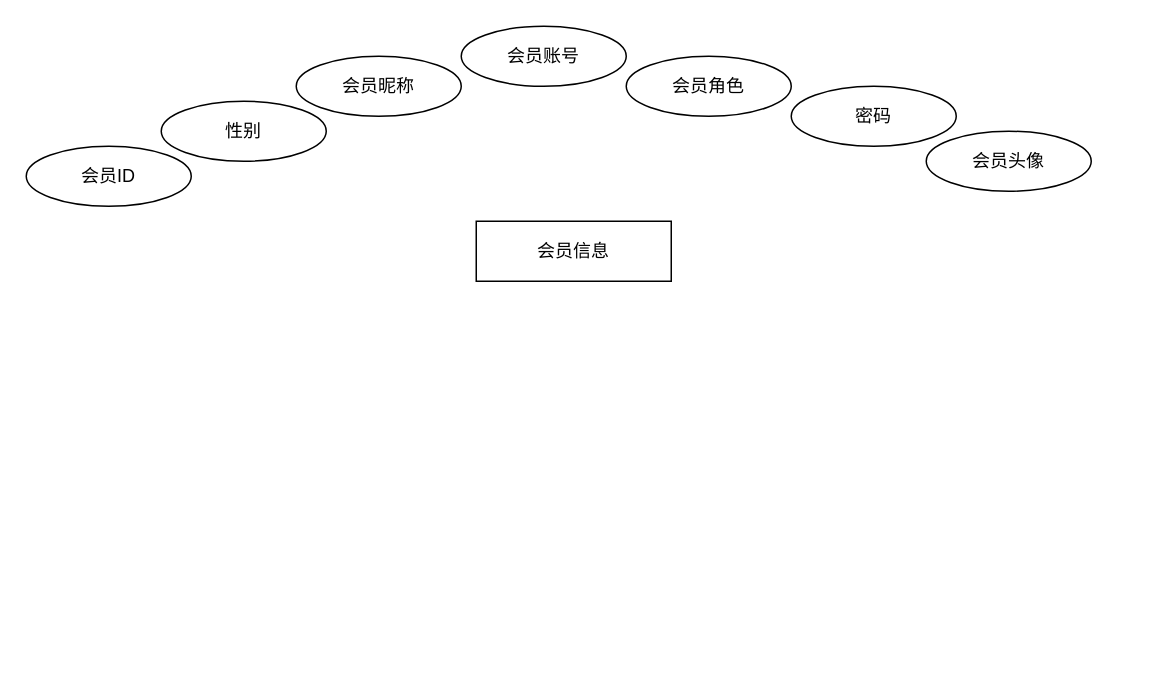
Above: page "第 1 页" (1 of 2) of 毕业论文.drawio in xljya/image (draw.io), before the change. Source tidied: cells renumbered, new cells numbered last; positions are measured from the earlier drawing's top-left corner, leaving out a move shared by most shapes. Both pictures are drawn from the tidied source at 150%, with x=0, y=0 at pixel (26, 26).
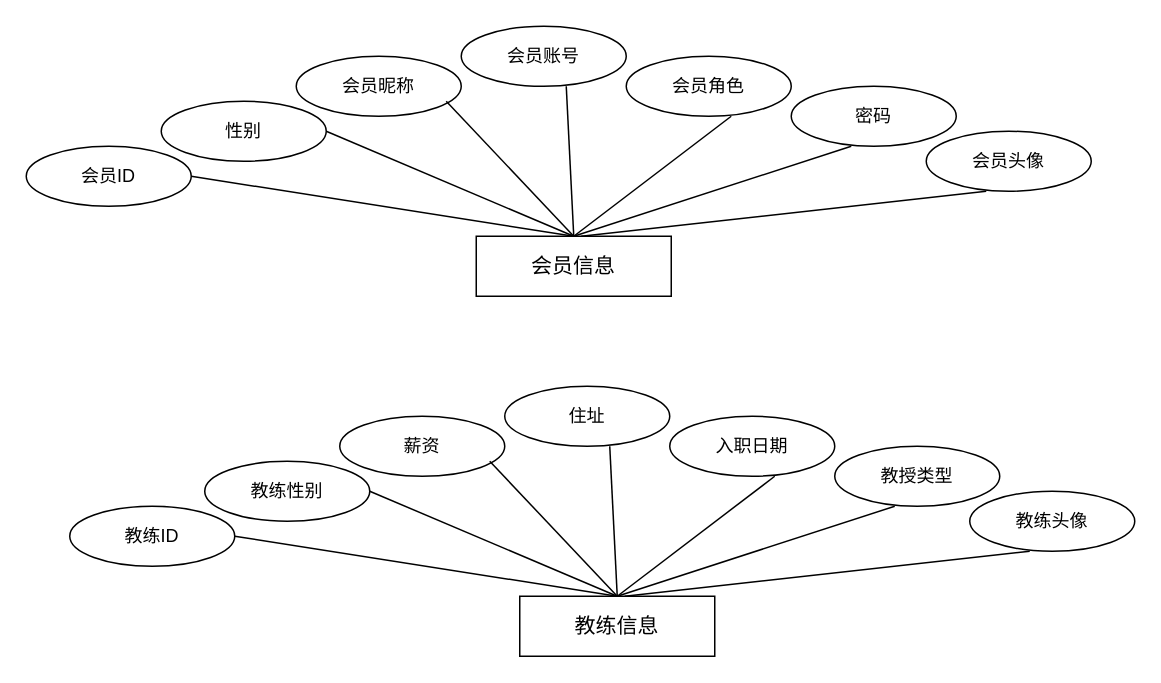
Above is the later version.

Commit message (it also covers changes not shown here):
更新毕业论文.drawio

What changed in the source:
```diff
@@
-    <mxCell id="2" value="会员信息" style="rounded=0;whiteSpace=wrap;html=1;" parent="1" vertex="1">
-      <mxGeometry x="300" y="130" width="130" height="40" as="geometry" />
+    <mxCell id="2" value="&lt;font style=&quot;font-size: 14px;&quot;&gt;会员信息&lt;/font&gt;" style="rounded=0;whiteSpace=wrap;html=1;" parent="1" vertex="1">
+      <mxGeometry x="300" y="140" width="130" height="40" as="geometry" />
     </mxCell>
@@
+    <mxCell id="10" style="endArrow=none;html=1;rounded=0;exitX=0.5;exitY=0;exitDx=0;exitDy=0;" parent="1" edge="1" source="2">
+      <mxGeometry relative="1" as="geometry">
+        <mxPoint x="110" y="100" as="targetPoint" />
+      </mxGeometry>
+    </mxCell>
+    <mxCell id="11" style="endArrow=none;html=1;rounded=0;exitX=0.5;exitY=0;exitDx=0;exitDy=0;" parent="1" edge="1" source="2">
+      <mxGeometry relative="1" as="geometry">
+        <mxPoint x="200" y="70" as="targetPoint" />
+      </mxGeometry>
+    </mxCell>
+    <mxCell id="12" style="endArrow=none;html=1;rounded=0;exitX=0.5;exitY=0;exitDx=0;exitDy=0;" parent="1" edge="1" source="2">
+      <mxGeometry relative="1" as="geometry">
+        <mxPoint x="280" y="50" as="targetPoint" />
+      </mxGeometry>
+    </mxCell>
+    <mxCell id="13" style="endArrow=none;html=1;rounded=0;exitX=0.5;exitY=0;exitDx=0;exitDy=0;" parent="1" edge="1" source="2">
+      <mxGeometry relative="1" as="geometry">
+        <mxPoint x="360" y="40" as="targetPoint" />
+      </mxGeometry>
+    </mxCell>
+    <mxCell id="14" style="endArrow=none;html=1;rounded=0;exitX=0.5;exitY=0;exitDx=0;exitDy=0;" parent="1" edge="1" source="2">
+      <mxGeometry relative="1" as="geometry">
+        <mxPoint x="470" y="60" as="targetPoint" />
+      </mxGeometry>
+    </mxCell>
+    <mxCell id="15" style="endArrow=none;html=1;rounded=0;exitX=0.5;exitY=0;exitDx=0;exitDy=0;" parent="1" edge="1" source="2">
+      <mxGeometry relative="1" as="geometry">
+        <mxPoint x="550" y="80" as="targetPoint" />
+      </mxGeometry>
+    </mxCell>
+    <mxCell id="16" style="endArrow=none;html=1;rounded=0;" parent="1" edge="1">
+      <mxGeometry relative="1" as="geometry">
+        <mxPoint x="370" y="140" as="sourcePoint" />
+        <mxPoint x="640" y="110" as="targetPoint" />
+      </mxGeometry>
+    </mxCell>
+    <mxCell id="17" value="&lt;font style=&quot;font-size: 14px;&quot;&gt;教练信息&lt;/font&gt;" style="rounded=0;whiteSpace=wrap;html=1;" parent="1" vertex="1">
+      <mxGeometry x="329" y="380" width="130" height="40" as="geometry" />
+    </mxCell>
+    <mxCell id="18" value="薪资" style="ellipse;whiteSpace=wrap;html=1;" parent="1" vertex="1">
+      <mxGeometry x="209" y="260" width="110" height="40" as="geometry" />
+    </mxCell>
+    <mxCell id="19" value="住址" style="ellipse;whiteSpace=wrap;html=1;" parent="1" vertex="1">
+      <mxGeometry x="319" y="240" width="110" height="40" as="geometry" />
+    </mxCell>
+    <mxCell id="20" value="教练头像" style="ellipse;whiteSpace=wrap;html=1;" parent="1" vertex="1">
+      <mxGeometry x="629" y="310" width="110" height="40" as="geometry" />
+    </mxCell>
+    <mxCell id="21" value="教练性别" style="ellipse;whiteSpace=wrap;html=1;" parent="1" vertex="1">
+      <mxGeometry x="119" y="290" width="110" height="40" as="geometry" />
+    </mxCell>
+    <mxCell id="22" value="入职日期" style="ellipse;whiteSpace=wrap;html=1;" parent="1" vertex="1">
+      <mxGeometry x="429" y="260" width="110" height="40" as="geometry" />
+    </mxCell>
+    <mxCell id="23" value="教授类型" style="ellipse;whiteSpace=wrap;html=1;" parent="1" vertex="1">
+      <mxGeometry x="539" y="280" width="110" height="40" as="geometry" />
+    </mxCell>
+    <mxCell id="24" value="教练ID" style="ellipse;whiteSpace=wrap;html=1;" parent="1" vertex="1">
+      <mxGeometry x="29" y="320" width="110" height="40" as="geometry" />
+    </mxCell>
+    <mxCell id="25" style="endArrow=none;html=1;rounded=0;exitX=0.5;exitY=0;exitDx=0;exitDy=0;" parent="1" edge="1" source="17">
+      <mxGeometry relative="1" as="geometry">
+        <mxPoint x="139" y="340" as="targetPoint" />
+      </mxGeometry>
+    </mxCell>
+    <mxCell id="26" style="endArrow=none;html=1;rounded=0;exitX=0.5;exitY=0;exitDx=0;exitDy=0;" parent="1" edge="1" source="17">
+      <mxGeometry relative="1" as="geometry">
+        <mxPoint x="229" y="310" as="targetPoint" />
+      </mxGeometry>
+    </mxCell>
+    <mxCell id="27" style="endArrow=none;html=1;rounded=0;exitX=0.5;exitY=0;exitDx=0;exitDy=0;" parent="1" edge="1" source="17">
+      <mxGeometry relative="1" as="geometry">
+        <mxPoint x="309" y="290" as="targetPoint" />
+      </mxGeometry>
+    </mxCell>
+    <mxCell id="28" style="endArrow=none;html=1;rounded=0;exitX=0.5;exitY=0;exitDx=0;exitDy=0;" parent="1" edge="1" source="17">
+      <mxGeometry relative="1" as="geometry">
+        <mxPoint x="389" y="280" as="targetPoint" />
+      </mxGeometry>
+    </mxCell>
+    <mxCell id="29" style="endArrow=none;html=1;rounded=0;exitX=0.5;exitY=0;exitDx=0;exitDy=0;" parent="1" edge="1" source="17">
+      <mxGeometry relative="1" as="geometry">
+        <mxPoint x="499" y="300" as="targetPoint" />
+      </mxGeometry>
+    </mxCell>
+    <mxCell id="30" style="endArrow=none;html=1;rounded=0;exitX=0.5;exitY=0;exitDx=0;exitDy=0;" parent="1" edge="1" source="17">
+      <mxGeometry relative="1" as="geometry">
+        <mxPoint x="579" y="320" as="targetPoint" />
+      </mxGeometry>
+    </mxCell>
+    <mxCell id="31" style="endArrow=none;html=1;rounded=0;" parent="1" edge="1">
+      <mxGeometry relative="1" as="geometry">
+        <mxPoint x="399" y="380" as="sourcePoint" />
+        <mxPoint x="669" y="350" as="targetPoint" />
+      </mxGeometry>
+    </mxCell>
```
